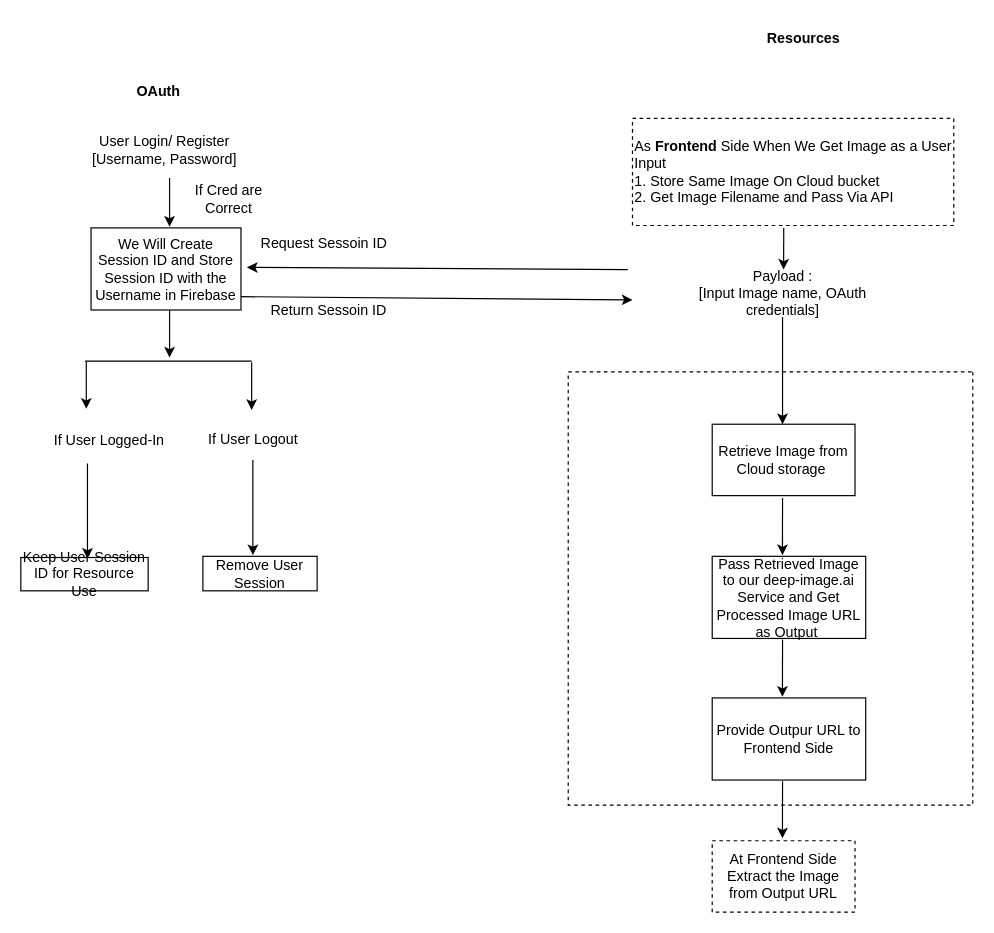
Before: photo_up_basic_flow.drawio in rushikesh-mallanath/draw, a draw.io diagram. Source tidied: cells renumbered, new cells numbered last; positions are measured from the earlier drawing's top-left corner, leaving out a move shared by most shapes. Both pictures are drawn from the tidied source at 119%, with x=0, y=0 at pixel (20, 20).
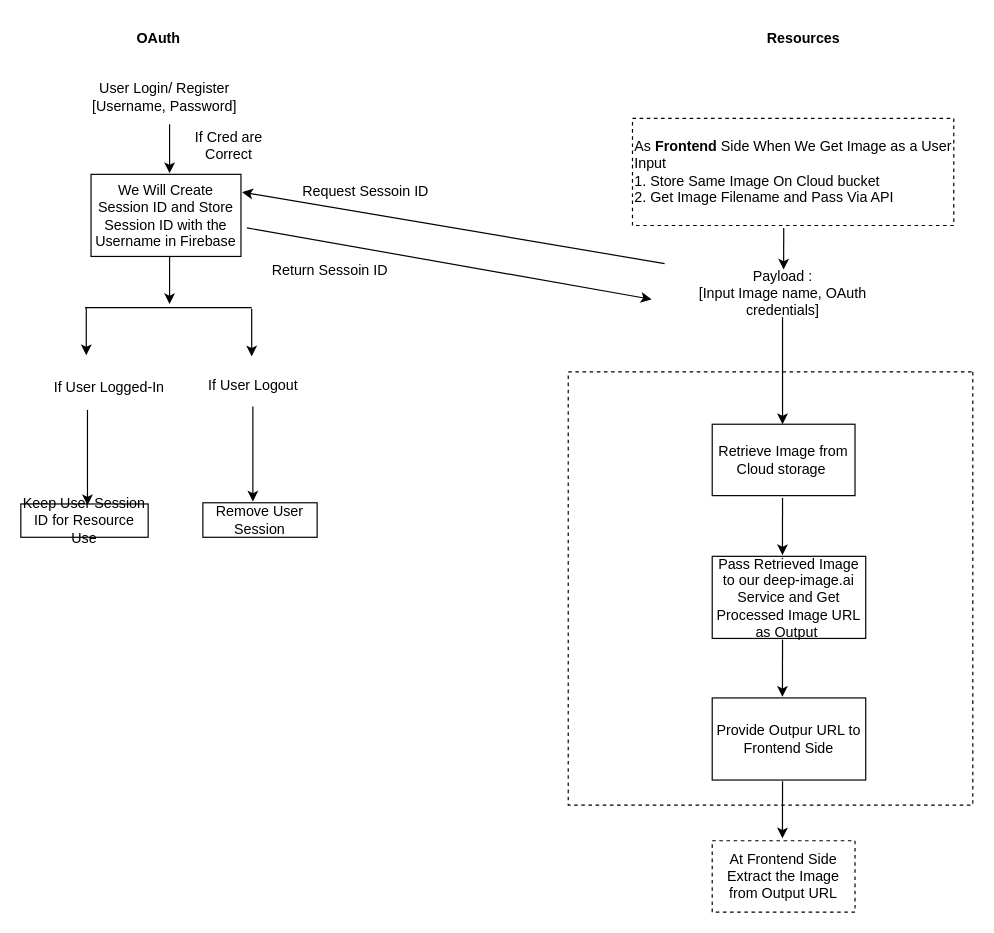
Above is the later version.

What changed in the source:
```diff
@@
     <mxCell id="15" value="&lt;b&gt;OAuth&lt;/b&gt;" style="text;html=1;align=center;verticalAlign=middle;whiteSpace=wrap;rounded=0;" parent="1" vertex="1">
-      <mxGeometry x="86" y="45" width="60" height="30" as="geometry" />
+      <mxGeometry x="86" width="60" height="30" as="geometry" />
     </mxCell>
     <mxCell id="16" value="User Login/ Register&lt;div&gt;[Username, Password]&lt;/div&gt;" style="text;html=1;align=center;verticalAlign=middle;whiteSpace=wrap;rounded=0;" parent="1" vertex="1">
-      <mxGeometry x="56" y="94" width="130" height="30" as="geometry" />
+      <mxGeometry x="56" y="49" width="130" height="30" as="geometry" />
     </mxCell>
     <mxCell id="17" style="endArrow=classic;html=1;rounded=0;" parent="1" edge="1">
       <mxGeometry relative="1" as="geometry">
-        <mxPoint x="125" y="132" as="sourcePoint" />
-        <mxPoint x="125" y="173" as="targetPoint" />
+        <mxPoint x="125" y="87" as="sourcePoint" />
+        <mxPoint x="125" y="128" as="targetPoint" />
       </mxGeometry>
     </mxCell>
     <mxCell id="18" value="If Cred are Correct" style="text;html=1;align=center;verticalAlign=middle;whiteSpace=wrap;rounded=0;" parent="1" vertex="1">
-      <mxGeometry x="125" y="135" width="100" height="30" as="geometry" />
+      <mxGeometry x="125" y="90" width="100" height="30" as="geometry" />
     </mxCell>
     <mxCell id="19" value="We Will Create Session ID and Store Session ID with the Username in Firebase" style="rounded=0;whiteSpace=wrap;html=1;" parent="1" vertex="1">
-      <mxGeometry x="59" y="174" width="126" height="69" as="geometry" />
+      <mxGeometry x="59" y="129" width="126" height="69" as="geometry" />
     </mxCell>
     <mxCell id="20" style="endArrow=classic;html=1;rounded=0;" parent="1" edge="1">
       <mxGeometry relative="1" as="geometry">
-        <mxPoint x="125" y="243" as="sourcePoint" />
-        <mxPoint x="125" y="283" as="targetPoint" />
+        <mxPoint x="125" y="198" as="sourcePoint" />
+        <mxPoint x="125" y="238" as="targetPoint" />
       </mxGeometry>
     </mxCell>
     <mxCell id="21" style="endArrow=none;html=1;rounded=0;" parent="1" edge="1">
       <mxGeometry relative="1" as="geometry">
-        <mxPoint x="54" y="286" as="sourcePoint" />
-        <mxPoint x="194" y="286" as="targetPoint" />
+        <mxPoint x="54" y="241" as="sourcePoint" />
+        <mxPoint x="194" y="241" as="targetPoint" />
       </mxGeometry>
     </mxCell>
     <mxCell id="22" style="endArrow=classic;html=1;rounded=0;" parent="1" edge="1">
       <mxGeometry relative="1" as="geometry">
-        <mxPoint x="55" y="286" as="sourcePoint" />
-        <mxPoint x="55" y="326" as="targetPoint" />
+        <mxPoint x="55" y="241" as="sourcePoint" />
+        <mxPoint x="55" y="281" as="targetPoint" />
       </mxGeometry>
     </mxCell>
     <mxCell id="23" style="endArrow=classic;html=1;rounded=0;" parent="1" edge="1">
       <mxGeometry relative="1" as="geometry">
-        <mxPoint x="194" y="287" as="sourcePoint" />
-        <mxPoint x="194" y="327" as="targetPoint" />
+        <mxPoint x="194" y="242" as="sourcePoint" />
+        <mxPoint x="194" y="282" as="targetPoint" />
       </mxGeometry>
     </mxCell>
-    <mxCell id="24" style="endArrow=classic;html=1;rounded=0;exitX=1;exitY=0.75;exitDx=0;exitDy=0;" parent="1" edge="1">
+    <mxCell id="24" style="endArrow=classic;html=1;rounded=0;" parent="1" edge="1">
       <mxGeometry relative="1" as="geometry">
-        <mxPoint x="185" y="231.8" as="sourcePoint" />
-        <mxPoint x="514" y="234.5" as="targetPoint" />
+        <mxPoint x="190" y="174" as="sourcePoint" />
+        <mxPoint x="530" y="234" as="targetPoint" />
       </mxGeometry>
     </mxCell>
-    <mxCell id="25" style="endArrow=classic;html=1;rounded=0;" parent="1" edge="1">
+    <mxCell id="25" style="endArrow=classic;html=1;rounded=0;entryX=1.008;entryY=0.362;entryDx=0;entryDy=0;entryPerimeter=0;exitX=0;exitY=0;exitDx=0;exitDy=0;" parent="1" edge="1">
       <mxGeometry relative="1" as="geometry">
-        <mxPoint x="510" y="209" as="sourcePoint" />
-        <mxPoint x="190" y="207.2" as="targetPoint" />
+        <mxPoint x="541" y="204" as="sourcePoint" />
+        <mxPoint x="186" y="144" as="targetPoint" />
       </mxGeometry>
     </mxCell>
-    <mxCell id="26" value="Request Sessoin ID" style="text;html=1;align=center;verticalAlign=middle;whiteSpace=wrap;rounded=0;" parent="1" vertex="1">
-      <mxGeometry x="185" y="172" width="140" height="30" as="geometry" />
-    </mxCell>
-    <mxCell id="27" value="Return Sessoin ID" style="text;html=1;align=center;verticalAlign=middle;whiteSpace=wrap;rounded=0;" parent="1" vertex="1">
-      <mxGeometry x="189" y="229" width="140" height="30" as="geometry" />
+    <mxCell id="27" value="Return Sessoin ID" style="text;html=1;align=center;verticalAlign=middle;whiteSpace=wrap;rounded=0;rotation=0;" parent="1" vertex="1">
+      <mxGeometry x="190" y="194" width="140" height="31" as="geometry" />
     </mxCell>
     <mxCell id="28" value="If User Logout" style="text;html=1;align=center;verticalAlign=middle;whiteSpace=wrap;rounded=0;" parent="1" vertex="1">
-      <mxGeometry x="148" y="337" width="95" height="30" as="geometry" />
+      <mxGeometry x="148" y="292" width="95" height="30" as="geometry" />
     </mxCell>
     <mxCell id="29" value="If User Logged-In" style="text;html=1;align=center;verticalAlign=middle;whiteSpace=wrap;rounded=0;" parent="1" vertex="1">
-      <mxGeometry x="27" y="338" width="95" height="30" as="geometry" />
+      <mxGeometry x="27" y="293" width="95" height="30" as="geometry" />
     </mxCell>
     <mxCell id="30" style="endArrow=classic;html=1;rounded=0;" parent="1" edge="1">
       <mxGeometry relative="1" as="geometry">
-        <mxPoint x="56" y="372" as="sourcePoint" />
-        <mxPoint x="56" y="452" as="targetPoint" />
+        <mxPoint x="56" y="327" as="sourcePoint" />
+        <mxPoint x="56" y="407" as="targetPoint" />
       </mxGeometry>
     </mxCell>
     <mxCell id="31" style="endArrow=classic;html=1;rounded=0;" parent="1" edge="1">
       <mxGeometry relative="1" as="geometry">
-        <mxPoint x="195" y="369" as="sourcePoint" />
-        <mxPoint x="195" y="449" as="targetPoint" />
+        <mxPoint x="195" y="324" as="sourcePoint" />
+        <mxPoint x="195" y="404" as="targetPoint" />
       </mxGeometry>
     </mxCell>
     <mxCell id="32" value="Remove User Session" style="rounded=0;whiteSpace=wrap;html=1;" parent="1" vertex="1">
-      <mxGeometry x="153" y="450" width="96" height="29" as="geometry" />
+      <mxGeometry x="153" y="405" width="96" height="29" as="geometry" />
     </mxCell>
     <mxCell id="33" value="Keep User Session ID for Resource Use" style="rounded=0;whiteSpace=wrap;html=1;" parent="1" vertex="1">
-      <mxGeometry y="451" width="107" height="28" as="geometry" />
+      <mxGeometry y="406" width="107" height="28" as="geometry" />
     </mxCell>
+    <mxCell id="26" value="Request Sessoin ID" style="text;html=1;align=center;verticalAlign=middle;whiteSpace=wrap;rounded=0;rotation=0;" parent="1" vertex="1">
+      <mxGeometry x="220" y="128" width="140" height="31" as="geometry" />
+    </mxCell>
```
